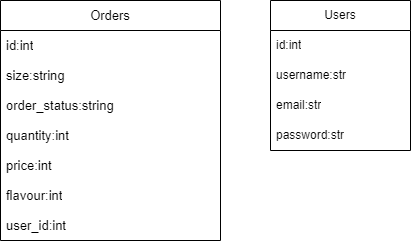
Petreon/Flask-RestxAPI keeps this draw.io diagram as database_diagram.drawio.png. Above is the earlier version. Source tidied: cells renumbered, new cells last; positions are measured from the earlier drawing's top-left corner, leaving out a move shared by most shapes. Source of this version:
```xml
<mxGraphModel>
  <root>
    <mxCell id="0" />
    <mxCell id="1" parent="0" />
    <mxCell id="2" value="Orders" style="swimlane;fontStyle=0;horizontal=1;startSize=30;whiteSpace=wrap;html=1;fontSize=13;fontFamily=Helvetica;align=center;" parent="1" vertex="1">
      <mxGeometry width="220" height="240" as="geometry" />
    </mxCell>
    <mxCell id="3" value="id:int" style="text;strokeColor=none;fillColor=none;align=left;verticalAlign=middle;spacingLeft=4;spacingRight=4;overflow=hidden;whiteSpace=wrap;html=1;fontStyle=0;fontSize=13;fontFamily=Helvetica;" parent="2" vertex="1">
      <mxGeometry y="30" width="220" height="30" as="geometry" />
    </mxCell>
    <mxCell id="4" value="size:string" style="text;strokeColor=none;fillColor=none;align=left;verticalAlign=middle;spacingLeft=4;spacingRight=4;overflow=hidden;points=[[0,0.5],[1,0.5]];portConstraint=eastwest;whiteSpace=wrap;html=1;fontStyle=0;fontSize=13;fontFamily=Helvetica;" parent="2" vertex="1">
      <mxGeometry y="60" width="220" height="30" as="geometry" />
    </mxCell>
    <mxCell id="5" value="order_status:string" style="text;strokeColor=none;fillColor=none;align=left;verticalAlign=middle;spacingLeft=4;spacingRight=4;overflow=hidden;points=[[0,0.5],[1,0.5]];portConstraint=eastwest;whiteSpace=wrap;html=1;fontStyle=0;fontSize=13;fontFamily=Helvetica;" parent="2" vertex="1">
      <mxGeometry y="90" width="220" height="30" as="geometry" />
    </mxCell>
    <mxCell id="6" value="quantity:int" style="text;strokeColor=none;fillColor=none;align=left;verticalAlign=middle;spacingLeft=4;spacingRight=4;overflow=hidden;whiteSpace=wrap;html=1;fontStyle=0;fontSize=13;fontFamily=Helvetica;" parent="2" vertex="1">
      <mxGeometry y="120" width="220" height="30" as="geometry" />
    </mxCell>
    <mxCell id="7" value="price:int" style="text;strokeColor=none;fillColor=none;align=left;verticalAlign=middle;spacingLeft=4;spacingRight=4;overflow=hidden;whiteSpace=wrap;html=1;fontStyle=0;fontSize=13;fontFamily=Helvetica;" parent="2" vertex="1">
      <mxGeometry y="150" width="220" height="30" as="geometry" />
    </mxCell>
    <mxCell id="8" value="flavour:int" style="text;strokeColor=none;fillColor=none;align=left;verticalAlign=middle;spacingLeft=4;spacingRight=4;overflow=hidden;whiteSpace=wrap;html=1;fontStyle=0;fontSize=13;fontFamily=Helvetica;" parent="2" vertex="1">
      <mxGeometry y="180" width="220" height="30" as="geometry" />
    </mxCell>
    <mxCell id="9" value="user_id:int" style="text;strokeColor=none;fillColor=none;align=left;verticalAlign=middle;spacingLeft=4;spacingRight=4;overflow=hidden;points=[[0,0.5],[1,0.5]];portConstraint=eastwest;whiteSpace=wrap;html=1;fontStyle=0;fontSize=13;fontFamily=Helvetica;" parent="2" vertex="1">
      <mxGeometry y="210" width="220" height="30" as="geometry" />
    </mxCell>
    <mxCell id="10" value="Users" style="swimlane;fontStyle=0;horizontal=1;startSize=30;whiteSpace=wrap;html=1;" parent="1" vertex="1">
      <mxGeometry x="270" width="140" height="150" as="geometry" />
    </mxCell>
    <mxCell id="11" value="id:int" style="text;strokeColor=none;fillColor=none;align=left;verticalAlign=middle;spacingLeft=4;spacingRight=4;overflow=hidden;points=[[0,0.5],[1,0.5]];portConstraint=eastwest;whiteSpace=wrap;html=1;" parent="10" vertex="1">
      <mxGeometry y="30" width="140" height="30" as="geometry" />
    </mxCell>
    <mxCell id="12" value="username:str" style="text;strokeColor=none;fillColor=none;align=left;verticalAlign=middle;spacingLeft=4;spacingRight=4;overflow=hidden;whiteSpace=wrap;html=1;" parent="10" vertex="1">
      <mxGeometry y="60" width="140" height="30" as="geometry" />
    </mxCell>
    <mxCell id="13" value="email:str" style="text;strokeColor=none;fillColor=none;align=left;verticalAlign=middle;spacingLeft=4;spacingRight=4;overflow=hidden;whiteSpace=wrap;html=1;" parent="10" vertex="1">
      <mxGeometry y="90" width="140" height="30" as="geometry" />
    </mxCell>
    <mxCell id="14" value="password:str" style="text;strokeColor=none;fillColor=none;align=left;verticalAlign=middle;spacingLeft=4;spacingRight=4;overflow=hidden;whiteSpace=wrap;html=1;" parent="10" vertex="1">
      <mxGeometry y="120" width="140" height="30" as="geometry" />
    </mxCell>
  </root>
</mxGraphModel>
```
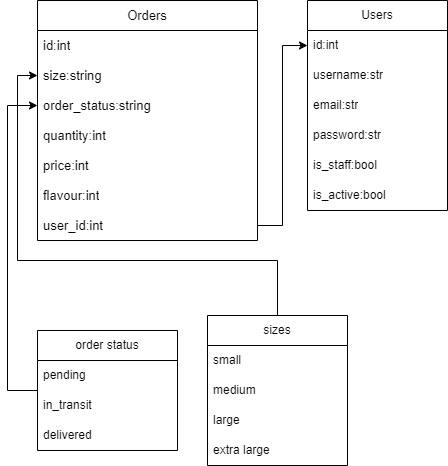
Later version of the same file.

Commit message:
created the database model with SQLAlchemy and config to instatiate the database

Diff of the diagram source:
```diff
@@ -27,7 +27,7 @@
       <mxGeometry y="210" width="220" height="30" as="geometry" />
     </mxCell>
     <mxCell id="10" value="Users" style="swimlane;fontStyle=0;horizontal=1;startSize=30;whiteSpace=wrap;html=1;" parent="1" vertex="1">
-      <mxGeometry x="270" width="140" height="150" as="geometry" />
+      <mxGeometry x="270" width="140" height="210" as="geometry" />
     </mxCell>
     <mxCell id="11" value="id:int" style="text;strokeColor=none;fillColor=none;align=left;verticalAlign=middle;spacingLeft=4;spacingRight=4;overflow=hidden;points=[[0,0.5],[1,0.5]];portConstraint=eastwest;whiteSpace=wrap;html=1;" parent="10" vertex="1">
       <mxGeometry y="30" width="140" height="30" as="geometry" />
@@ -41,5 +41,58 @@
     <mxCell id="14" value="password:str" style="text;strokeColor=none;fillColor=none;align=left;verticalAlign=middle;spacingLeft=4;spacingRight=4;overflow=hidden;whiteSpace=wrap;html=1;" parent="10" vertex="1">
       <mxGeometry y="120" width="140" height="30" as="geometry" />
     </mxCell>
+    <mxCell id="15" value="is_staff:bool" style="text;strokeColor=none;fillColor=none;align=left;verticalAlign=middle;spacingLeft=4;spacingRight=4;overflow=hidden;whiteSpace=wrap;html=1;" parent="10" vertex="1">
+      <mxGeometry y="150" width="140" height="30" as="geometry" />
+    </mxCell>
+    <mxCell id="16" value="is_active:bool" style="text;strokeColor=none;fillColor=none;align=left;verticalAlign=middle;spacingLeft=4;spacingRight=4;overflow=hidden;whiteSpace=wrap;html=1;" parent="10" vertex="1">
+      <mxGeometry y="180" width="140" height="30" as="geometry" />
+    </mxCell>
+    <mxCell id="17" style="edgeStyle=orthogonalEdgeStyle;rounded=0;jettySize=auto;html=1;entryX=0;entryY=0.5;entryDx=0;entryDy=0;" parent="1" edge="1" source="9" target="11">
+      <mxGeometry relative="1" as="geometry" />
+    </mxCell>
+    <mxCell id="18" style="edgeStyle=orthogonalEdgeStyle;rounded=0;jettySize=auto;html=1;" parent="1" edge="1" source="19" target="5">
+      <mxGeometry relative="1" as="geometry">
+        <Array as="points">
+          <mxPoint x="-30" y="390" />
+          <mxPoint x="-30" y="105" />
+        </Array>
+      </mxGeometry>
+    </mxCell>
+    <mxCell id="19" value="order status" style="swimlane;fontStyle=0;horizontal=1;startSize=30;whiteSpace=wrap;html=1;" parent="1" vertex="1">
+      <mxGeometry y="330" width="140" height="120" as="geometry" />
+    </mxCell>
+    <mxCell id="20" value="pending" style="text;strokeColor=none;fillColor=none;align=left;verticalAlign=middle;spacingLeft=4;spacingRight=4;overflow=hidden;whiteSpace=wrap;html=1;" parent="19" vertex="1">
+      <mxGeometry y="30" width="140" height="30" as="geometry" />
+    </mxCell>
+    <mxCell id="21" value="in_transit" style="text;strokeColor=none;fillColor=none;align=left;verticalAlign=middle;spacingLeft=4;spacingRight=4;overflow=hidden;whiteSpace=wrap;html=1;" parent="19" vertex="1">
+      <mxGeometry y="60" width="140" height="30" as="geometry" />
+    </mxCell>
+    <mxCell id="22" value="delivered" style="text;strokeColor=none;fillColor=none;align=left;verticalAlign=middle;spacingLeft=4;spacingRight=4;overflow=hidden;whiteSpace=wrap;html=1;" parent="19" vertex="1">
+      <mxGeometry y="90" width="140" height="30" as="geometry" />
+    </mxCell>
+    <mxCell id="23" style="edgeStyle=orthogonalEdgeStyle;rounded=0;jettySize=auto;html=1;entryX=0;entryY=0.5;entryDx=0;entryDy=0;exitX=0.5;exitY=0;exitDx=0;exitDy=0;exitPerimeter=0;" parent="1" edge="1" source="24" target="4">
+      <mxGeometry relative="1" as="geometry">
+        <Array as="points">
+          <mxPoint x="240" y="260" />
+          <mxPoint x="-20" y="260" />
+          <mxPoint x="-20" y="75" />
+        </Array>
+      </mxGeometry>
+    </mxCell>
+    <mxCell id="24" value="sizes" style="swimlane;fontStyle=0;horizontal=1;startSize=30;whiteSpace=wrap;html=1;" parent="1" vertex="1">
+      <mxGeometry x="170" y="315" width="140" height="150" as="geometry" />
+    </mxCell>
+    <mxCell id="25" value="small" style="text;strokeColor=none;fillColor=none;align=left;verticalAlign=middle;spacingLeft=4;spacingRight=4;overflow=hidden;whiteSpace=wrap;html=1;" parent="24" vertex="1">
+      <mxGeometry y="30" width="140" height="30" as="geometry" />
+    </mxCell>
+    <mxCell id="26" value="medium" style="text;strokeColor=none;fillColor=none;align=left;verticalAlign=middle;spacingLeft=4;spacingRight=4;overflow=hidden;whiteSpace=wrap;html=1;" parent="24" vertex="1">
+      <mxGeometry y="60" width="140" height="30" as="geometry" />
+    </mxCell>
+    <mxCell id="27" value="large" style="text;strokeColor=none;fillColor=none;align=left;verticalAlign=middle;spacingLeft=4;spacingRight=4;overflow=hidden;whiteSpace=wrap;html=1;" parent="24" vertex="1">
+      <mxGeometry y="90" width="140" height="30" as="geometry" />
+    </mxCell>
+    <mxCell id="28" value="extra large" style="text;strokeColor=none;fillColor=none;align=left;verticalAlign=middle;spacingLeft=4;spacingRight=4;overflow=hidden;whiteSpace=wrap;html=1;" parent="24" vertex="1">
+      <mxGeometry y="120" width="140" height="30" as="geometry" />
+    </mxCell>
   </root>
 </mxGraphModel>
```
